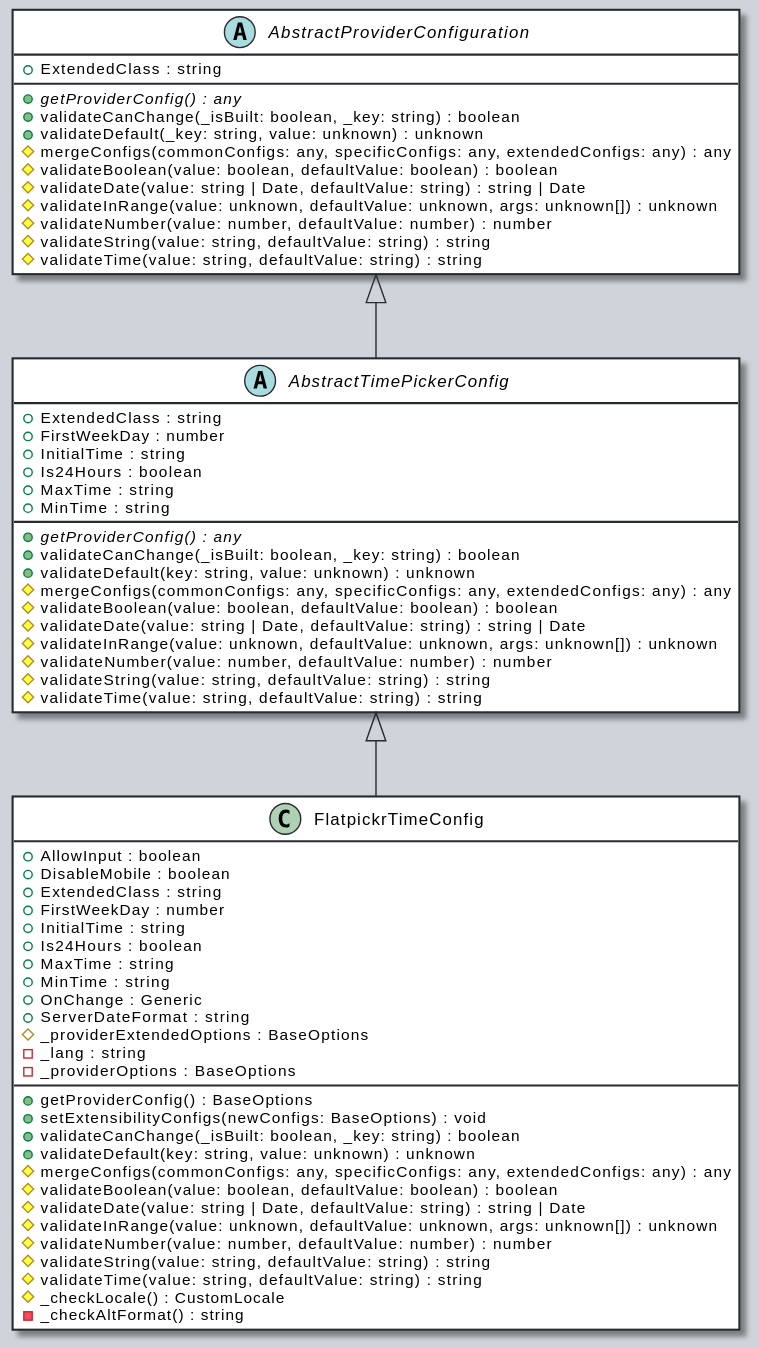
OutSystems/outsystems-ui keeps this PlantUML diagram as docs/assets/AbstractTimePickerConfig-umlClassDiagram-7016.svg. Above is the earlier version.
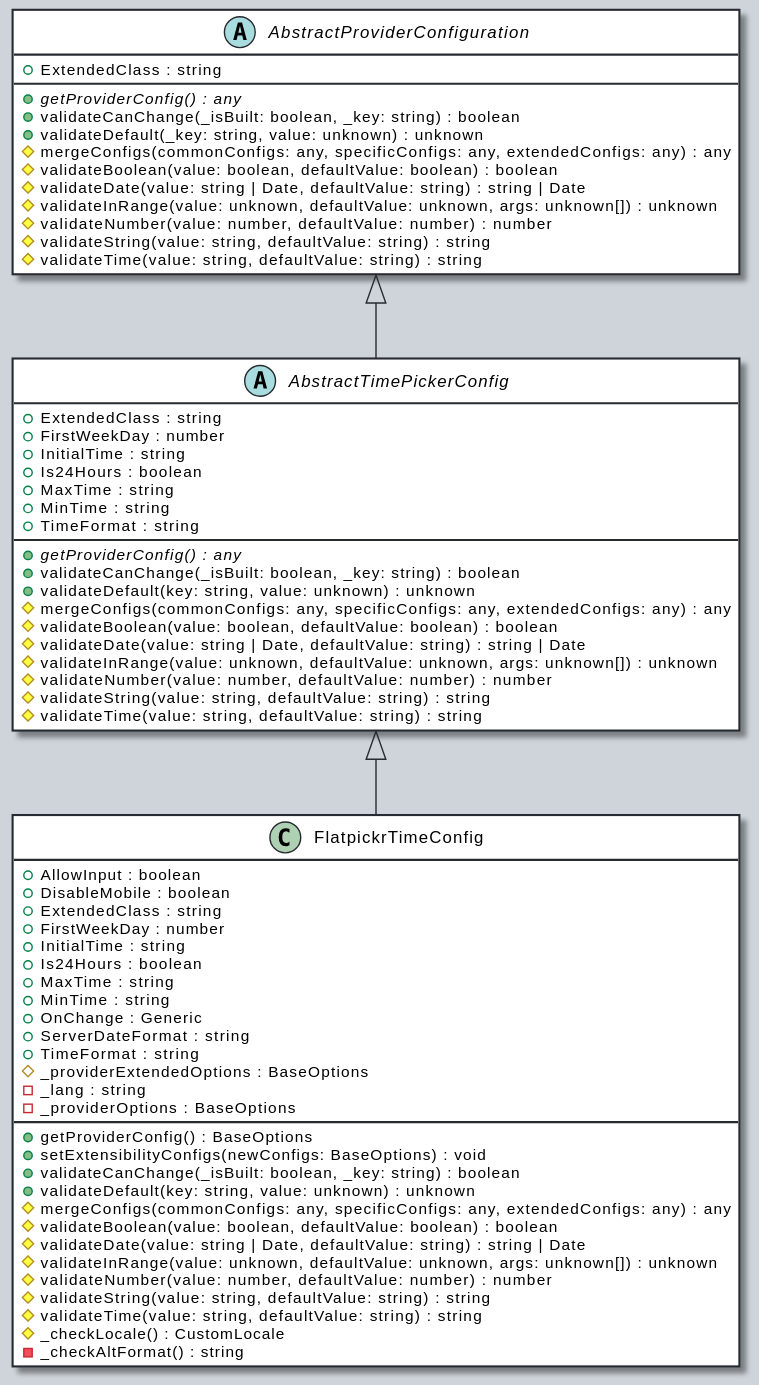
The same file after the commit.

Change to the diagram source:
```diff
@@ -12,6 +12,7 @@
     +Is24Hours : boolean
     +MaxTime : string
     +MinTime : string
+    +TimeFormat : string
     {abstract} +getProviderConfig() : any
     +validateCanChange(_isBuilt: boolean, _key: string) : boolean
     +validateDefault(key: string, value: unknown) : unknown
@@ -48,6 +49,7 @@
     +MinTime : string
     +OnChange : Generic
     +ServerDateFormat : string
+    +TimeFormat : string
     #_providerExtendedOptions : BaseOptions
     -_lang : string
     -_providerOptions : BaseOptions
```
